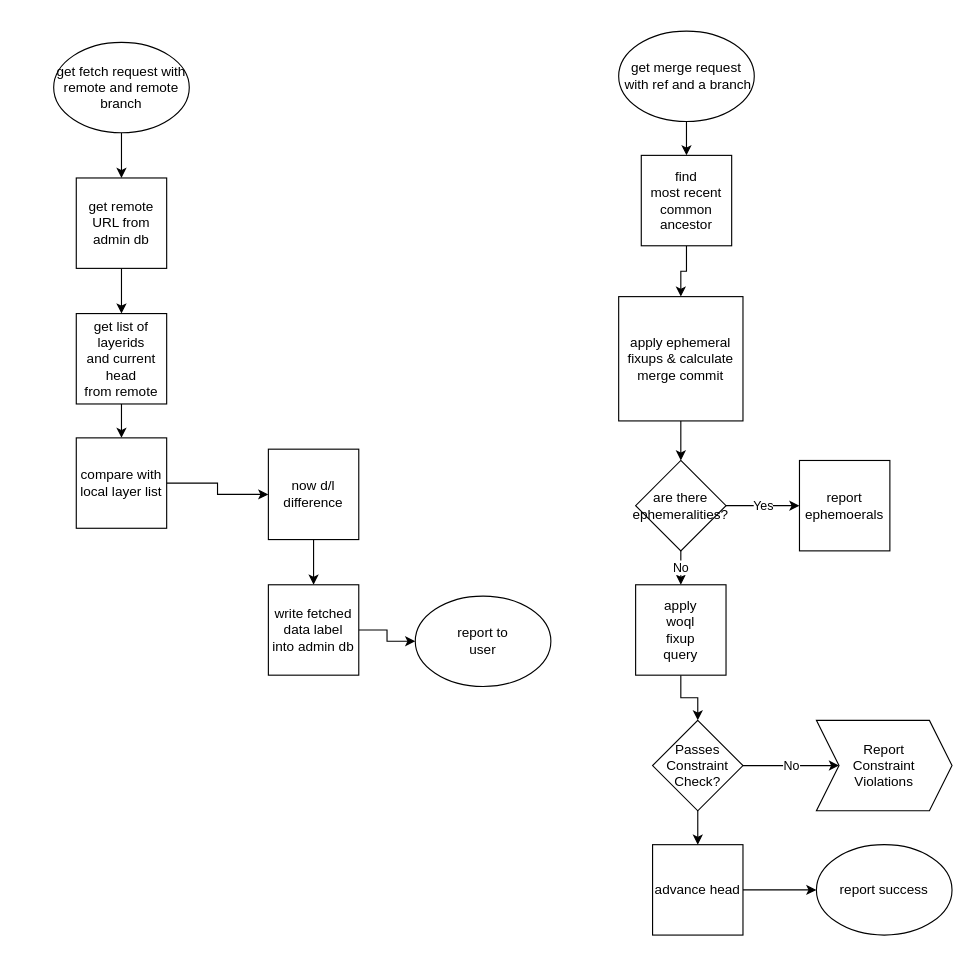
terminusdb/terminusdb keeps this draw.io diagram as docs/architectural-diagrams/fetch-merge.drawio. Above is the earlier version. Source tidied: cells renumbered, new cells numbered last; positions are measured from the earlier drawing's top-left corner, leaving out a move shared by most shapes. Both pictures are drawn from the tidied source at 113%, with x=0, y=0 at pixel (53, 31).
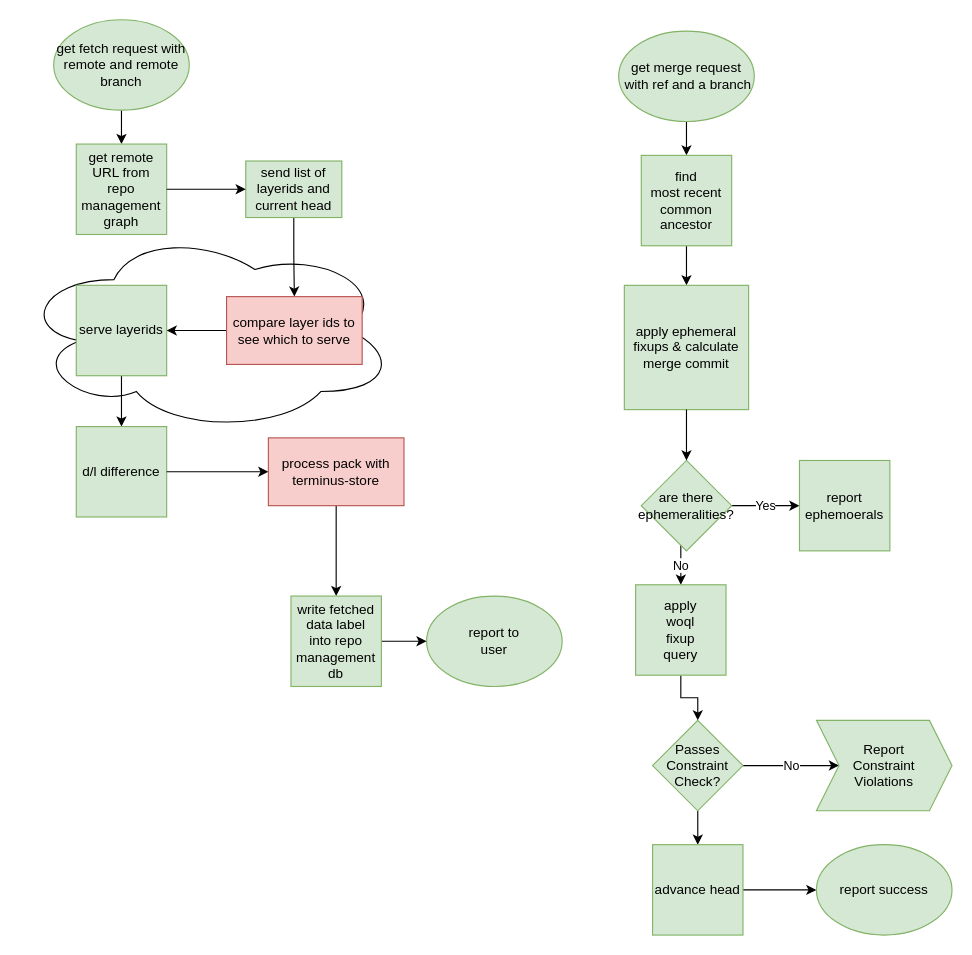
After the change.

The edit, as a diff of the source:
```diff
@@
+    <mxCell id="34" style="ellipse;shape=cloud;whiteSpace=wrap;html=1;" parent="1" vertex="1">
+      <mxGeometry x="-30" y="175" width="333" height="180" as="geometry" />
+    </mxCell>
@@
-    <mxCell id="3" value="get fetch request with remote and remote branch" style="ellipse;whiteSpace=wrap;html=1;" parent="1" vertex="1">
-      <mxGeometry y="10" width="120" height="80" as="geometry" />
+    <mxCell id="3" value="get fetch request with remote and remote branch" style="ellipse;whiteSpace=wrap;html=1;fillColor=#d5e8d4;strokeColor=#82b366;" parent="1" vertex="1">
+      <mxGeometry y="-10" width="120" height="80" as="geometry" />
     </mxCell>
@@
-    <mxCell id="5" value="&lt;div&gt;get merge request&lt;/div&gt;&amp;nbsp;with ref and a branch " style="ellipse;whiteSpace=wrap;html=1;" parent="1" vertex="1">
+    <mxCell id="5" value="&lt;div&gt;get merge request&lt;/div&gt;&amp;nbsp;with ref and a branch " style="ellipse;whiteSpace=wrap;html=1;fillColor=#d5e8d4;strokeColor=#82b366;" parent="1" vertex="1">
       <mxGeometry x="500" width="120" height="80" as="geometry" />
     </mxCell>
-    <mxCell id="6" style="edgeStyle=orthogonalEdgeStyle;rounded=0;jettySize=auto;html=1;" parent="1" edge="1" source="7" target="9">
-      <mxGeometry relative="1" as="geometry" />
-    </mxCell>
-    <mxCell id="7" value="&lt;div&gt;get remote URL from &lt;br&gt;&lt;/div&gt;&lt;div&gt;admin db&lt;br&gt;&lt;/div&gt;" style="whiteSpace=wrap;html=1;" parent="1" vertex="1">
-      <mxGeometry x="20" y="130" width="80" height="80" as="geometry" />
+    <mxCell id="7" value="&lt;div&gt;get remote URL from &lt;br&gt;&lt;/div&gt;&lt;div&gt;repo management graph&lt;br&gt;&lt;/div&gt;" style="whiteSpace=wrap;html=1;fillColor=#d5e8d4;strokeColor=#82b366;" parent="1" vertex="1">
+      <mxGeometry x="20" y="100" width="80" height="80" as="geometry" />
     </mxCell>
@@
-    <mxCell id="9" value="&lt;div&gt;get list of&lt;/div&gt;&lt;div&gt;layerids&lt;/div&gt;&lt;div&gt;and current head&lt;br&gt;&lt;/div&gt;&lt;div&gt;from remote&lt;br&gt;&lt;/div&gt;" style="whiteSpace=wrap;html=1;" parent="1" vertex="1">
-      <mxGeometry x="20" y="250" width="80" height="80" as="geometry" />
+    <mxCell id="9" value="&lt;div&gt;serve layerids&lt;/div&gt;" style="whiteSpace=wrap;html=1;fillColor=#d5e8d4;strokeColor=#82b366;" parent="1" vertex="1">
+      <mxGeometry x="20" y="225" width="80" height="80" as="geometry" />
     </mxCell>
-    <mxCell id="10" style="edgeStyle=orthogonalEdgeStyle;rounded=0;jettySize=auto;html=1;" parent="1" edge="1" source="11" target="13">
-      <mxGeometry relative="1" as="geometry" />
-    </mxCell>
-    <mxCell id="11" value="&lt;div&gt;compare with&lt;/div&gt;&lt;div&gt;local layer list&lt;br&gt;&lt;/div&gt;" style="whiteSpace=wrap;html=1;" parent="1" vertex="1">
-      <mxGeometry x="20" y="360" width="80" height="80" as="geometry" />
+    <mxCell id="11" value="&lt;div&gt;d/l difference&lt;/div&gt;" style="whiteSpace=wrap;html=1;fillColor=#d5e8d4;strokeColor=#82b366;" parent="1" vertex="1">
+      <mxGeometry x="20" y="350" width="80" height="80" as="geometry" />
     </mxCell>
-    <mxCell id="12" style="edgeStyle=orthogonalEdgeStyle;rounded=0;jettySize=auto;html=1;" parent="1" edge="1" source="13" target="16">
+    <mxCell id="12" style="edgeStyle=orthogonalEdgeStyle;rounded=0;jettySize=auto;html=1;exitX=0.5;exitY=1;exitDx=0;exitDy=0;" parent="1" edge="1" source="41" target="16">
       <mxGeometry relative="1" as="geometry" />
     </mxCell>
-    <mxCell id="13" value="&lt;div&gt;now d/l&lt;/div&gt;&lt;div&gt;difference&lt;/div&gt;" style="whiteSpace=wrap;html=1;" parent="1" vertex="1">
-      <mxGeometry x="190" y="370" width="80" height="80" as="geometry" />
-    </mxCell>
-    <mxCell id="14" value="&lt;div&gt;report to&lt;/div&gt;&lt;div&gt;user&lt;br&gt;&lt;/div&gt;" style="ellipse;whiteSpace=wrap;html=1;" parent="1" vertex="1">
-      <mxGeometry x="320" y="500" width="120" height="80" as="geometry" />
+    <mxCell id="14" value="&lt;div&gt;report to&lt;/div&gt;&lt;div&gt;user&lt;br&gt;&lt;/div&gt;" style="ellipse;whiteSpace=wrap;html=1;fillColor=#d5e8d4;strokeColor=#82b366;" parent="1" vertex="1">
+      <mxGeometry x="330" y="500" width="120" height="80" as="geometry" />
     </mxCell>
@@
-    <mxCell id="16" value="&lt;div&gt;write fetched data label&lt;/div&gt;&lt;div&gt;into admin db&lt;br&gt;&lt;/div&gt;" style="whiteSpace=wrap;html=1;" parent="1" vertex="1">
-      <mxGeometry x="190" y="490" width="80" height="80" as="geometry" />
+    <mxCell id="16" value="&lt;div&gt;write fetched data label&lt;/div&gt;&lt;div&gt;into repo management db&lt;br&gt;&lt;/div&gt;" style="whiteSpace=wrap;html=1;fillColor=#d5e8d4;strokeColor=#82b366;" parent="1" vertex="1">
+      <mxGeometry x="210" y="500" width="80" height="80" as="geometry" />
     </mxCell>
@@
-    <mxCell id="18" value="&lt;div&gt;find&lt;/div&gt;&lt;div&gt;most recent common ancestor&lt;/div&gt;" style="whiteSpace=wrap;html=1;" parent="1" vertex="1">
+    <mxCell id="18" value="&lt;div&gt;find&lt;/div&gt;&lt;div&gt;most recent common ancestor&lt;/div&gt;" style="whiteSpace=wrap;html=1;fillColor=#d5e8d4;strokeColor=#82b366;" parent="1" vertex="1">
       <mxGeometry x="520" y="110" width="80" height="80" as="geometry" />
     </mxCell>
-    <mxCell id="19" value="apply ephemeral fixups &amp;amp; calculate merge commit" style="whiteSpace=wrap;html=1;" parent="1" vertex="1">
-      <mxGeometry x="500" y="235" width="110" height="110" as="geometry" />
+    <mxCell id="19" value="apply ephemeral fixups &amp;amp; calculate merge commit" style="whiteSpace=wrap;html=1;fillColor=#d5e8d4;strokeColor=#82b366;" parent="1" vertex="1">
+      <mxGeometry x="505" y="225" width="110" height="110" as="geometry" />
     </mxCell>
@@
-    <mxCell id="22" value="&lt;div&gt;are there&lt;/div&gt;&lt;div&gt;ephemeralities?&lt;br&gt;&lt;/div&gt;" style="rhombus;whiteSpace=wrap;html=1;" parent="1" vertex="1">
-      <mxGeometry x="515" y="380" width="80" height="80" as="geometry" />
+    <mxCell id="22" value="&lt;div&gt;are there&lt;/div&gt;&lt;div&gt;ephemeralities?&lt;br&gt;&lt;/div&gt;" style="rhombus;whiteSpace=wrap;html=1;fillColor=#d5e8d4;strokeColor=#82b366;" parent="1" vertex="1">
+      <mxGeometry x="520" y="380" width="80" height="80" as="geometry" />
     </mxCell>
-    <mxCell id="23" value="report ephemoerals" style="whiteSpace=wrap;html=1;" parent="1" vertex="1">
+    <mxCell id="23" value="report ephemoerals" style="whiteSpace=wrap;html=1;fillColor=#d5e8d4;strokeColor=#82b366;" parent="1" vertex="1">
       <mxGeometry x="660" y="380" width="80" height="80" as="geometry" />
     </mxCell>
@@
-    <mxCell id="26" value="&lt;div&gt;Passes&lt;/div&gt;&lt;div&gt;Constraint&lt;/div&gt;&lt;div&gt;Check?&lt;br&gt;&lt;/div&gt;" style="rhombus;whiteSpace=wrap;html=1;" parent="1" vertex="1">
+    <mxCell id="26" value="&lt;div&gt;Passes&lt;/div&gt;&lt;div&gt;Constraint&lt;/div&gt;&lt;div&gt;Check?&lt;br&gt;&lt;/div&gt;" style="rhombus;whiteSpace=wrap;html=1;fillColor=#d5e8d4;strokeColor=#82b366;" parent="1" vertex="1">
       <mxGeometry x="530" y="610" width="80" height="80" as="geometry" />
     </mxCell>
@@
-    <mxCell id="29" value="&lt;div&gt;apply&lt;/div&gt;&lt;div&gt;woql&lt;/div&gt;&lt;div&gt;fixup&lt;/div&gt;&lt;div&gt;query&lt;br&gt;&lt;/div&gt;" style="whiteSpace=wrap;html=1;" parent="1" vertex="1">
+    <mxCell id="29" value="&lt;div&gt;apply&lt;/div&gt;&lt;div&gt;woql&lt;/div&gt;&lt;div&gt;fixup&lt;/div&gt;&lt;div&gt;query&lt;br&gt;&lt;/div&gt;" style="whiteSpace=wrap;html=1;fillColor=#d5e8d4;strokeColor=#82b366;" parent="1" vertex="1">
       <mxGeometry x="515" y="490" width="80" height="80" as="geometry" />
     </mxCell>
-    <mxCell id="30" value="&lt;div&gt;Report&lt;/div&gt;&lt;div&gt;Constraint&lt;/div&gt;&lt;div&gt;Violations&lt;br&gt;&lt;/div&gt;" style="shape=step;perimeter=stepPerimeter;whiteSpace=wrap;html=1;fixedSize=1;" parent="1" vertex="1">
+    <mxCell id="30" value="&lt;div&gt;Report&lt;/div&gt;&lt;div&gt;Constraint&lt;/div&gt;&lt;div&gt;Violations&lt;br&gt;&lt;/div&gt;" style="shape=step;perimeter=stepPerimeter;whiteSpace=wrap;html=1;fixedSize=1;fillColor=#d5e8d4;strokeColor=#82b366;" parent="1" vertex="1">
       <mxGeometry x="675" y="610" width="120" height="80" as="geometry" />
     </mxCell>
@@
-    <mxCell id="32" value="advance head" style="whiteSpace=wrap;html=1;" parent="1" vertex="1">
+    <mxCell id="32" value="advance head" style="whiteSpace=wrap;html=1;fillColor=#d5e8d4;strokeColor=#82b366;" parent="1" vertex="1">
       <mxGeometry x="530" y="720" width="80" height="80" as="geometry" />
     </mxCell>
-    <mxCell id="33" value="report success" style="ellipse;whiteSpace=wrap;html=1;" parent="1" vertex="1">
+    <mxCell id="33" value="report success" style="ellipse;whiteSpace=wrap;html=1;fillColor=#d5e8d4;strokeColor=#82b366;" parent="1" vertex="1">
       <mxGeometry x="675" y="720" width="120" height="80" as="geometry" />
     </mxCell>
+    <mxCell id="35" style="edgeStyle=orthogonalEdgeStyle;rounded=0;jettySize=auto;html=1;" parent="1" edge="1" source="36" target="39">
+      <mxGeometry relative="1" as="geometry" />
+    </mxCell>
+    <mxCell id="36" value="send list of layerids and current head" style="rounded=0;whiteSpace=wrap;html=1;fillColor=#d5e8d4;strokeColor=#82b366;" parent="1" vertex="1">
+      <mxGeometry x="170" y="115" width="85" height="50" as="geometry" />
+    </mxCell>
+    <mxCell id="37" style="edgeStyle=orthogonalEdgeStyle;rounded=0;jettySize=auto;html=1;" parent="1" edge="1" source="7" target="36">
+      <mxGeometry relative="1" as="geometry" />
+    </mxCell>
+    <mxCell id="38" style="edgeStyle=orthogonalEdgeStyle;rounded=0;jettySize=auto;html=1;" parent="1" edge="1" source="39" target="9">
+      <mxGeometry relative="1" as="geometry" />
+    </mxCell>
+    <mxCell id="39" value="compare layer ids to see which to serve" style="rounded=0;whiteSpace=wrap;html=1;fillColor=#f8cecc;strokeColor=#b85450;" parent="1" vertex="1">
+      <mxGeometry x="153" y="235" width="120" height="60" as="geometry" />
+    </mxCell>
+    <mxCell id="40" style="edgeStyle=orthogonalEdgeStyle;rounded=0;jettySize=auto;html=1;exitX=1;exitY=0.5;exitDx=0;exitDy=0;" parent="1" edge="1" source="11" target="41">
+      <mxGeometry relative="1" as="geometry" />
+    </mxCell>
+    <mxCell id="41" value="process pack with terminus-store" style="rounded=0;whiteSpace=wrap;html=1;fillColor=#f8cecc;strokeColor=#b85450;" parent="1" vertex="1">
+      <mxGeometry x="190" y="360" width="120" height="60" as="geometry" />
+    </mxCell>
```
